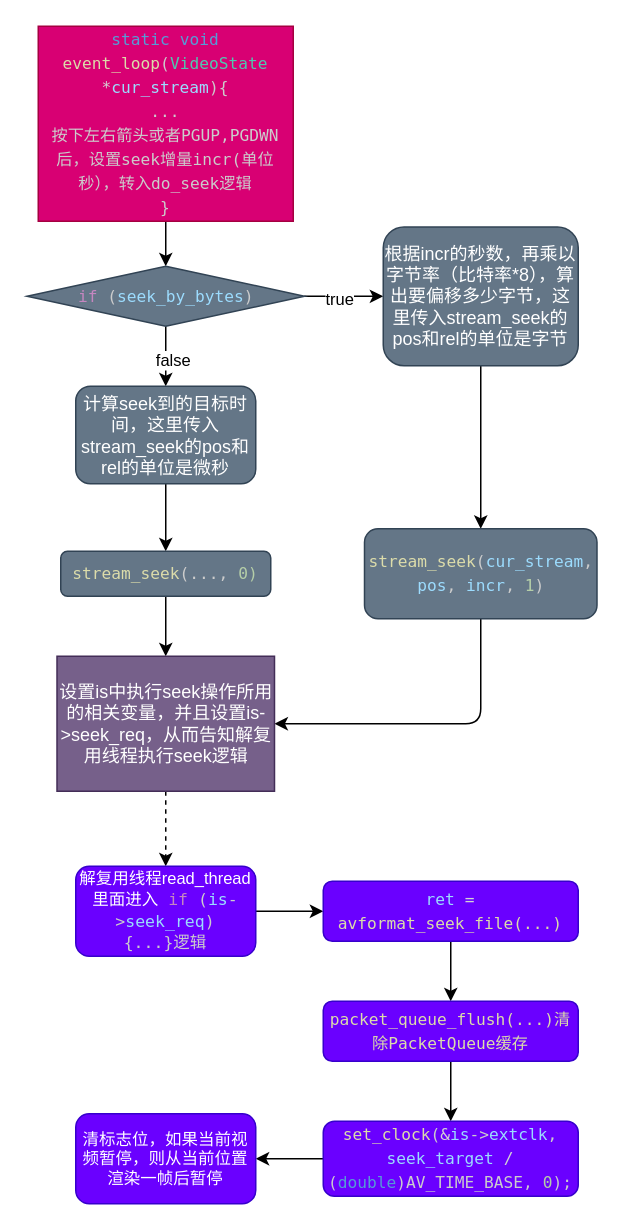
Earlier version of the draw.io diagram ffplay_seek.drawio (leo4048111/ffplay-explained). Source tidied: cells renumbered, new cells numbered last; positions are measured from the earlier drawing's top-left corner, leaving out a move shared by most shapes. Both pictures are drawn from the tidied source at 150%, with x=0, y=0 at pixel (26, 26).
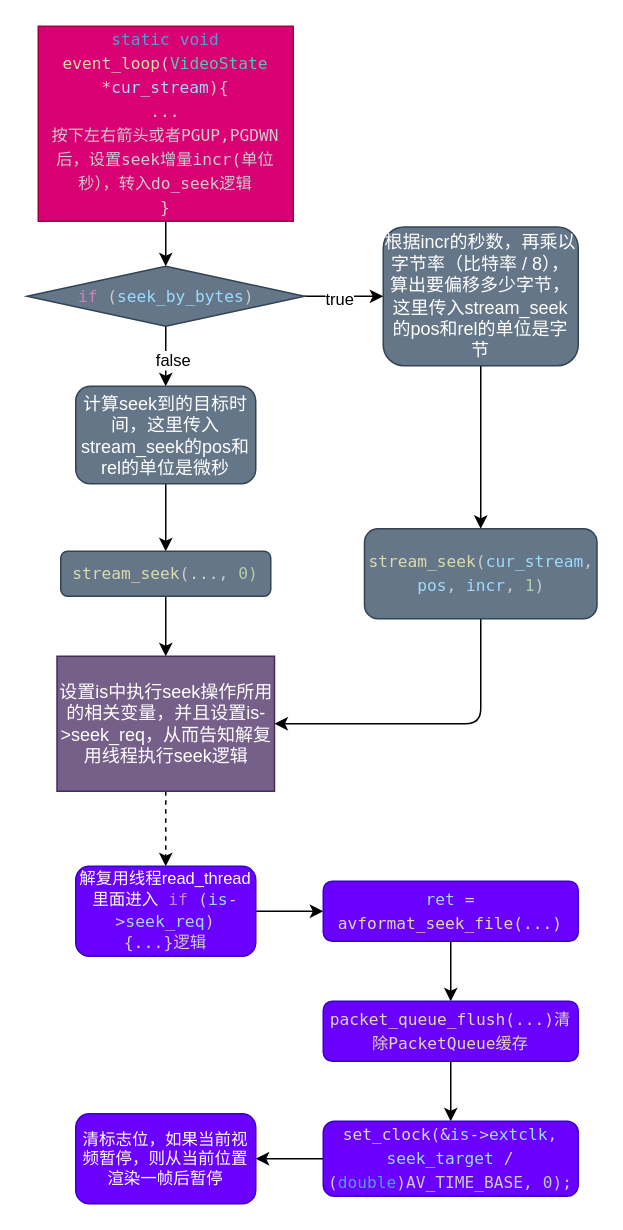
The same page after the edit.

Diff of the diagram source:
```diff
@@
-    <mxCell id="10" value="根据incr的秒数，再乘以字节率（比特率*8），算出要偏移多少字节，这里传入stream_seek的pos和rel的单位是字节" style="rounded=1;whiteSpace=wrap;html=1;labelBackgroundColor=none;fillColor=#647687;fontColor=#ffffff;strokeColor=#314354;" parent="1" vertex="1">
+    <mxCell id="10" value="根据incr的秒数，再乘以字节率（比特率 / 8），算出要偏移多少字节，这里传入stream_seek的pos和rel的单位是字节" style="rounded=1;whiteSpace=wrap;html=1;labelBackgroundColor=none;fillColor=#647687;fontColor=#ffffff;strokeColor=#314354;" parent="1" vertex="1">
       <mxGeometry x="238" y="133.8" width="130" height="92.5" as="geometry" />
     </mxCell>
```
